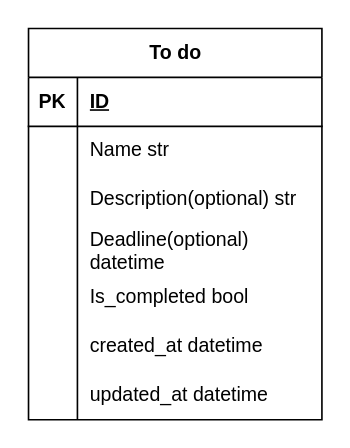
The draw.io diagram To_do_app.drawio in lexynovicecoder/Todo_list_app, before the edit. Source tidied: cells renumbered, new cells numbered last; positions are measured from the earlier drawing's top-left corner, leaving out a move shared by most shapes. Both pictures are drawn from the tidied source at 163%, with x=0, y=0 at pixel (28, 28).
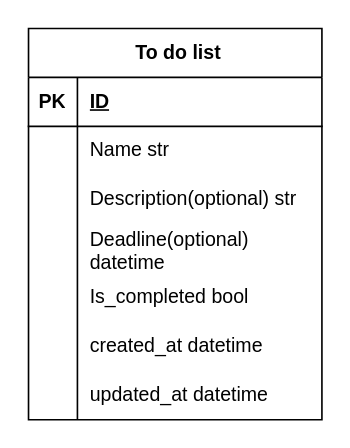
The same diagram, later.

Commit message:
editted the name of the entity in the ERD to to do list

Change to the diagram source:
```diff
@@
-    <mxCell id="2" value="To do" style="shape=table;startSize=30;childLayout=tableLayout;rowLines=0;fontStyle=1;align=center;html=1;" parent="1" vertex="1">
+    <mxCell id="2" value="&amp;nbsp;To do list" style="shape=table;startSize=30;childLayout=tableLayout;rowLines=0;fontStyle=1;align=center;html=1;" parent="1" vertex="1">
       <mxGeometry width="180" height="240" as="geometry" />
     </mxCell>
```
